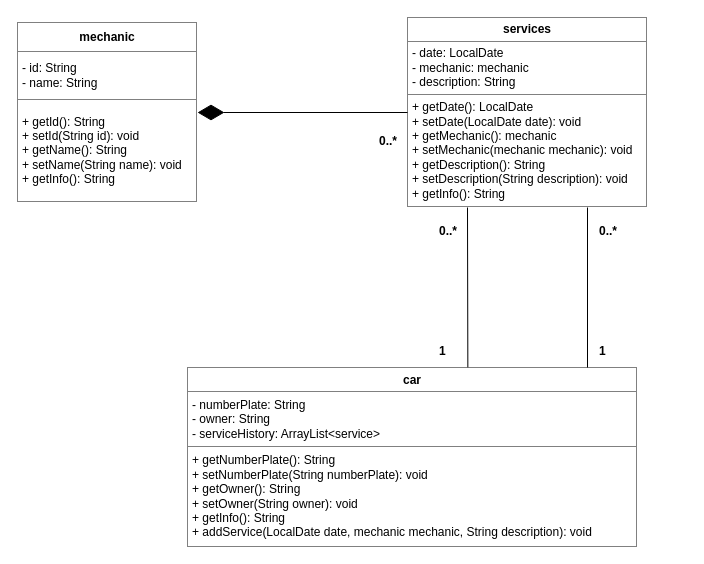
Above: Teori/week 4/PBO week 4.drawio in rankadian/PEMROGRAMAN-BERBASIS-OBJEK (draw.io), before the change. Source tidied: cells renumbered, new cells numbered last; positions are measured from the earlier drawing's top-left corner, leaving out a move shared by most shapes. Both pictures are drawn from the tidied source at 100%, with x=0, y=0 at pixel (17, 17).
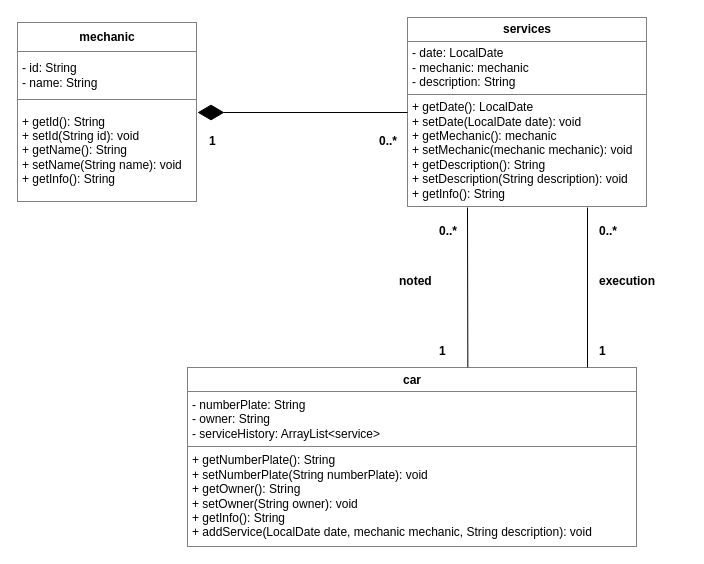
After the change.

Commit message (it also covers changes not shown here):
week 6 theory push

The edit, as a diff of the source:
```diff
@@
 <mxGraphModel>
   <root>
     <mxCell id="0" />
     <mxCell id="1" parent="0" />
     <mxCell id="2" value="&lt;table border=&quot;1&quot; width=&quot;100%&quot; height=&quot;100%&quot; cellpadding=&quot;4&quot; style=&quot;width:100%;height:100%;border-collapse:collapse;&quot;&gt;&lt;tbody&gt;&lt;tr&gt;&lt;th align=&quot;center&quot;&gt;&lt;b&gt;mechanic&lt;/b&gt;&lt;/th&gt;&lt;/tr&gt;&lt;tr&gt;&lt;td&gt;- id: String&lt;br&gt;- name: String&lt;/td&gt;&lt;/tr&gt;&lt;tr&gt;&lt;td&gt;+ getId(): String&lt;br&gt;+ setId(String id): void&lt;br&gt;+ getName(): String&lt;br&gt;+ setName(String name): void&lt;br&gt;+ getInfo(): String&lt;br&gt;&lt;/td&gt;&lt;/tr&gt;&lt;/tbody&gt;&lt;/table&gt;" style="text;html=1;whiteSpace=wrap;strokeColor=none;fillColor=none;overflow=fill;" parent="1" vertex="1">
       <mxGeometry y="5" width="180" height="180" as="geometry" />
     </mxCell>
     <mxCell id="3" value="&lt;table border=&quot;1&quot; width=&quot;100%&quot; height=&quot;100%&quot; cellpadding=&quot;4&quot; style=&quot;width:100%;height:100%;border-collapse:collapse;&quot;&gt;&lt;tbody&gt;&lt;tr&gt;&lt;th align=&quot;center&quot;&gt;&lt;b&gt;services&lt;/b&gt;&lt;/th&gt;&lt;/tr&gt;&lt;tr&gt;&lt;td&gt;- date: LocalDate&lt;br&gt;- mechanic: mechanic&lt;br&gt;- description: String&lt;/td&gt;&lt;/tr&gt;&lt;tr&gt;&lt;td&gt;+ getDate(): LocalDate&lt;br&gt;+ setDate(LocalDate date): void&lt;br&gt;+ getMechanic(): mechanic&lt;br&gt;+ setMechanic(mechanic mechanic): void&lt;br&gt;+ getDescription(): String&lt;br&gt;+ setDescription(String description): void&lt;br&gt;+ getInfo(): String&lt;br&gt;&lt;/td&gt;&lt;/tr&gt;&lt;/tbody&gt;&lt;/table&gt;" style="text;html=1;whiteSpace=wrap;strokeColor=none;fillColor=none;overflow=fill;" parent="1" vertex="1">
       <mxGeometry x="390" width="240" height="190" as="geometry" />
     </mxCell>
     <mxCell id="4" value="&lt;table border=&quot;1&quot; width=&quot;100%&quot; height=&quot;100%&quot; cellpadding=&quot;4&quot; style=&quot;width:100%;height:100%;border-collapse:collapse;&quot;&gt;&lt;tbody&gt;&lt;tr&gt;&lt;th align=&quot;center&quot;&gt;&lt;b&gt;car&lt;/b&gt;&lt;/th&gt;&lt;/tr&gt;&lt;tr&gt;&lt;td&gt;- numberPlate: String&lt;br&gt;- owner: String&lt;br&gt;- serviceHistory: ArrayList&amp;lt;service&amp;gt;&lt;/td&gt;&lt;/tr&gt;&lt;tr&gt;&lt;td&gt;+ getNumberPlate(): String&lt;br&gt;+ setNumberPlate(String numberPlate): void&lt;br&gt;+ getOwner(): String&lt;br&gt;+ setOwner(String owner): void&lt;br&gt;+ getInfo(): String&lt;br&gt;+&amp;nbsp;addService(LocalDate date, mechanic mechanic, String description): void&lt;/td&gt;&lt;/tr&gt;&lt;/tbody&gt;&lt;/table&gt;" style="text;html=1;whiteSpace=wrap;strokeColor=none;fillColor=none;overflow=fill;" parent="1" vertex="1">
       <mxGeometry x="170" y="350" width="450" height="180" as="geometry" />
     </mxCell>
     <mxCell id="5" style="endArrow=diamondThin;endFill=1;endSize=24;html=1;rounded=0;entryX=1;entryY=0.5;entryDx=0;entryDy=0;exitX=0;exitY=0.5;exitDx=0;exitDy=0;" parent="1" edge="1" source="3" target="2">
       <mxGeometry relative="1" as="geometry" />
     </mxCell>
     <mxCell id="6" style="endArrow=none;html=1;rounded=0;entryX=0.25;entryY=1;entryDx=0;entryDy=0;exitX=0.623;exitY=-0.001;exitDx=0;exitDy=0;exitPerimeter=0;" parent="1" edge="1" source="4" target="3">
       <mxGeometry relative="1" as="geometry" />
     </mxCell>
     <mxCell id="7" style="endArrow=none;html=1;rounded=0;entryX=0.75;entryY=1;entryDx=0;entryDy=0;" parent="1" edge="1" target="3">
       <mxGeometry relative="1" as="geometry">
         <mxPoint x="570" y="350" as="sourcePoint" />
       </mxGeometry>
     </mxCell>
     <mxCell id="8" value="&lt;div style=&quot;text-align: -webkit-center;&quot;&gt;&lt;span style=&quot;background-color: initial;&quot;&gt;&lt;b&gt;1&lt;/b&gt;&lt;/span&gt;&lt;/div&gt;" style="text;whiteSpace=wrap;html=1;" parent="1" vertex="1">
       <mxGeometry x="420" y="320" width="50" height="40" as="geometry" />
     </mxCell>
     <mxCell id="9" value="&lt;div style=&quot;text-align: -webkit-center;&quot;&gt;&lt;span style=&quot;background-color: initial;&quot;&gt;&lt;b&gt;0..*&lt;/b&gt;&lt;/span&gt;&lt;/div&gt;" style="text;whiteSpace=wrap;html=1;" parent="1" vertex="1">
       <mxGeometry x="360" y="110" width="50" height="40" as="geometry" />
     </mxCell>
     <mxCell id="10" value="&lt;div style=&quot;text-align: -webkit-center;&quot;&gt;&lt;span style=&quot;background-color: initial;&quot;&gt;&lt;b&gt;0..*&lt;/b&gt;&lt;/span&gt;&lt;/div&gt;" style="text;whiteSpace=wrap;html=1;" parent="1" vertex="1">
       <mxGeometry x="420" y="200" width="50" height="40" as="geometry" />
     </mxCell>
     <mxCell id="11" value="&lt;div style=&quot;text-align: -webkit-center;&quot;&gt;&lt;span style=&quot;background-color: initial;&quot;&gt;&lt;b&gt;1&lt;/b&gt;&lt;/span&gt;&lt;/div&gt;" style="text;whiteSpace=wrap;html=1;" parent="1" vertex="1">
       <mxGeometry x="580" y="320" width="50" height="40" as="geometry" />
     </mxCell>
     <mxCell id="12" value="&lt;div style=&quot;text-align: -webkit-center;&quot;&gt;&lt;span style=&quot;background-color: initial;&quot;&gt;&lt;b&gt;0..*&lt;/b&gt;&lt;/span&gt;&lt;/div&gt;" style="text;whiteSpace=wrap;html=1;" parent="1" vertex="1">
       <mxGeometry x="580" y="200" width="50" height="40" as="geometry" />
     </mxCell>
+    <mxCell id="13" value="&lt;div style=&quot;text-align: -webkit-center;&quot;&gt;&lt;span style=&quot;background-color: initial;&quot;&gt;&lt;b&gt;1&lt;/b&gt;&lt;/span&gt;&lt;/div&gt;" style="text;whiteSpace=wrap;html=1;" parent="1" vertex="1">
+      <mxGeometry x="190" y="110" width="50" height="40" as="geometry" />
+    </mxCell>
+    <mxCell id="14" value="&lt;b style=&quot;forced-color-adjust: none; color: rgb(0, 0, 0); font-family: Helvetica; font-size: 12px; font-style: normal; font-variant-ligatures: normal; font-variant-caps: normal; letter-spacing: normal; orphans: 2; text-align: -webkit-center; text-indent: 0px; text-transform: none; widows: 2; word-spacing: 0px; -webkit-text-stroke-width: 0px; white-space: normal; background-color: rgb(251, 251, 251); text-decoration-thickness: initial; text-decoration-style: initial; text-decoration-color: initial;&quot;&gt;noted&lt;/b&gt;" style="text;whiteSpace=wrap;html=1;" parent="1" vertex="1">
+      <mxGeometry x="380" y="250" width="90" height="40" as="geometry" />
+    </mxCell>
+    <mxCell id="15" value="&lt;b style=&quot;forced-color-adjust: none; color: rgb(0, 0, 0); font-family: Helvetica; font-size: 12px; font-style: normal; font-variant-ligatures: normal; font-variant-caps: normal; letter-spacing: normal; orphans: 2; text-align: -webkit-center; text-indent: 0px; text-transform: none; widows: 2; word-spacing: 0px; -webkit-text-stroke-width: 0px; white-space: normal; background-color: rgb(251, 251, 251); text-decoration-thickness: initial; text-decoration-style: initial; text-decoration-color: initial;&quot;&gt;execution&lt;/b&gt;" style="text;whiteSpace=wrap;html=1;" parent="1" vertex="1">
+      <mxGeometry x="580" y="250" width="90" height="40" as="geometry" />
+    </mxCell>
   </root>
 </mxGraphModel>
```
